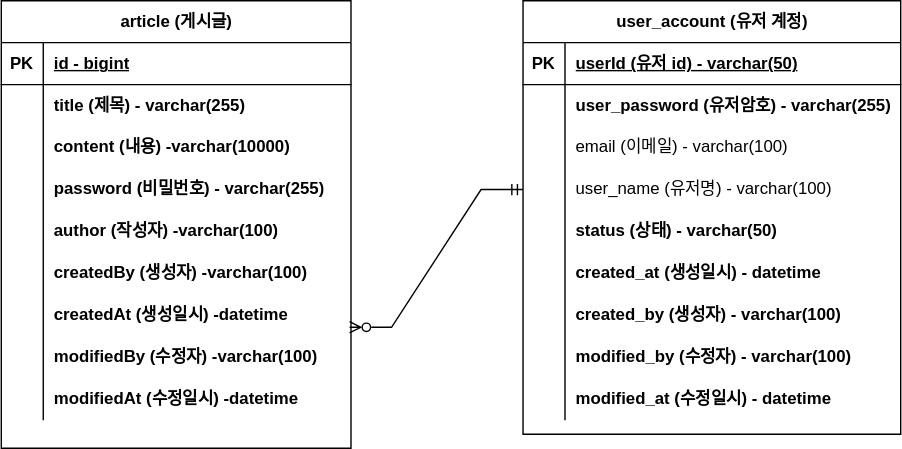
yuni02/sparta09-project-board keeps this draw.io diagram as document/sparta-board-erd.svg. Above is the earlier version. Source tidied: cells renumbered, new cells last; positions are measured from the earlier drawing's top-left corner, leaving out a move shared by most shapes.
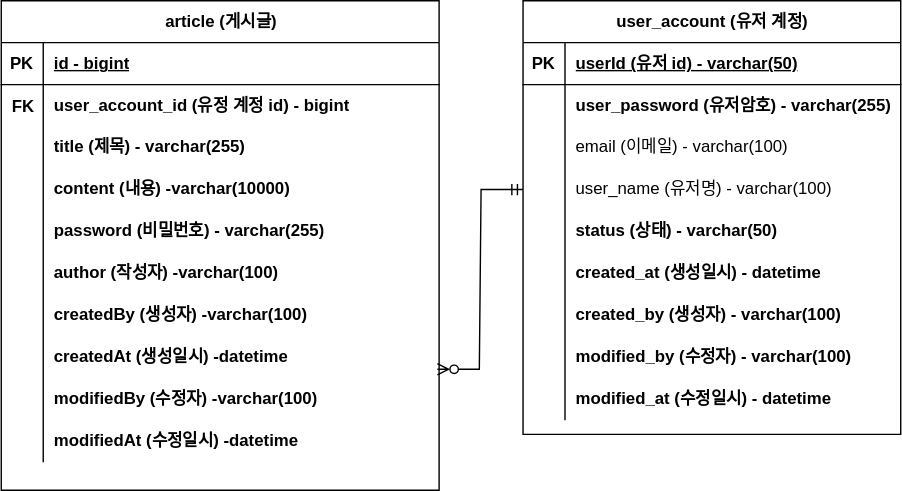
After the commit.

Commit message:
#9 - DB ERD 업데이트 : article 테이블에 user_account_id FK 값으로 추가

Diff of the diagram source:
```diff
@@ -3,88 +3,97 @@
     <mxCell id="0" />
     <mxCell id="1" parent="0" />
     <mxCell id="2" value="article (게시글)" style="shape=table;startSize=30;rowLines=0;fontStyle=1;align=center;html=1;" parent="1" vertex="1">
-      <mxGeometry width="250" height="320" as="geometry" />
+      <mxGeometry width="313" height="350" as="geometry" />
     </mxCell>
     <mxCell id="3" style="shape=tableRow;horizontal=0;startSize=0;swimlaneHead=0;swimlaneBody=0;fillColor=none;top=0;left=0;right=0;bottom=1;" parent="2" vertex="1">
-      <mxGeometry y="30" width="250" height="30" as="geometry" />
+      <mxGeometry y="30" width="313" height="30" as="geometry" />
     </mxCell>
     <mxCell id="4" value="PK" style="shape=partialRectangle;fillColor=none;top=0;left=0;bottom=0;right=0;fontStyle=1;overflow=hidden;whiteSpace=wrap;html=1;" parent="3" vertex="1">
       <mxGeometry width="30" height="30" as="geometry" />
     </mxCell>
     <mxCell id="5" value="id - bigint" style="shape=partialRectangle;fillColor=none;top=0;left=0;bottom=0;right=0;align=left;spacingLeft=6;fontStyle=5;overflow=hidden;whiteSpace=wrap;html=1;" parent="3" vertex="1">
-      <mxGeometry x="30" width="220" height="30" as="geometry" />
+      <mxGeometry x="30" width="283" height="30" as="geometry" />
     </mxCell>
     <mxCell id="6" style="shape=tableRow;horizontal=0;startSize=0;swimlaneHead=0;swimlaneBody=0;fillColor=none;top=0;left=0;right=0;bottom=0;" parent="2" vertex="1">
-      <mxGeometry y="60" width="250" height="30" as="geometry" />
+      <mxGeometry y="60" width="313" height="30" as="geometry" />
     </mxCell>
     <mxCell id="7" style="shape=partialRectangle;fillColor=none;top=0;left=0;bottom=0;right=0;overflow=hidden;whiteSpace=wrap;html=1;" parent="6" vertex="1">
       <mxGeometry width="30" height="30" as="geometry" />
     </mxCell>
-    <mxCell id="8" value="title (제목) - varchar(255)" style="shape=partialRectangle;fillColor=none;top=0;left=0;bottom=0;right=0;align=left;spacingLeft=6;overflow=hidden;whiteSpace=wrap;html=1;fontStyle=1;" parent="6" vertex="1">
-      <mxGeometry x="30" width="220" height="30" as="geometry" />
+    <mxCell id="8" value="user_account_id (유정 계정 id) - bigint" style="shape=partialRectangle;fillColor=none;top=0;left=0;bottom=0;right=0;align=left;spacingLeft=6;overflow=hidden;whiteSpace=wrap;html=1;fontStyle=1;" parent="6" vertex="1">
+      <mxGeometry x="30" width="283" height="30" as="geometry" />
     </mxCell>
+    <mxCell id="59" style="shape=tableRow;horizontal=0;startSize=0;swimlaneHead=0;swimlaneBody=0;fillColor=none;top=0;left=0;right=0;bottom=0;" parent="2" vertex="1">
+      <mxGeometry y="90" width="313" height="30" as="geometry" />
+    </mxCell>
+    <mxCell id="60" style="shape=partialRectangle;fillColor=none;top=0;left=0;bottom=0;right=0;overflow=hidden;whiteSpace=wrap;html=1;" parent="59" vertex="1">
+      <mxGeometry width="30" height="30" as="geometry" />
+    </mxCell>
+    <mxCell id="61" value="title (제목) - varchar(255)" style="shape=partialRectangle;fillColor=none;top=0;left=0;bottom=0;right=0;align=left;spacingLeft=6;overflow=hidden;whiteSpace=wrap;html=1;fontStyle=1;" parent="59" vertex="1">
+      <mxGeometry x="30" width="283" height="30" as="geometry" />
+    </mxCell>
     <mxCell id="9" style="shape=tableRow;horizontal=0;startSize=0;swimlaneHead=0;swimlaneBody=0;fillColor=none;top=0;left=0;right=0;bottom=0;" parent="2" vertex="1">
-      <mxGeometry y="90" width="250" height="30" as="geometry" />
+      <mxGeometry y="120" width="313" height="30" as="geometry" />
     </mxCell>
     <mxCell id="10" style="shape=partialRectangle;fillColor=none;top=0;left=0;bottom=0;right=0;overflow=hidden;whiteSpace=wrap;html=1;" parent="9" vertex="1">
       <mxGeometry width="30" height="30" as="geometry" />
     </mxCell>
     <mxCell id="11" value="&lt;font style=&quot;color: rgb(0, 0, 0);&quot;&gt;content (내용) -varchar(10000)&lt;/font&gt;" style="shape=partialRectangle;fillColor=none;top=0;left=0;bottom=0;right=0;align=left;spacingLeft=6;overflow=hidden;whiteSpace=wrap;html=1;fontStyle=1;" parent="9" vertex="1">
-      <mxGeometry x="30" width="220" height="30" as="geometry" />
+      <mxGeometry x="30" width="283" height="30" as="geometry" />
     </mxCell>
     <mxCell id="12" style="shape=tableRow;horizontal=0;startSize=0;swimlaneHead=0;swimlaneBody=0;fillColor=none;top=0;left=0;right=0;bottom=0;" parent="2" vertex="1">
-      <mxGeometry y="120" width="250" height="30" as="geometry" />
+      <mxGeometry y="150" width="313" height="30" as="geometry" />
     </mxCell>
     <mxCell id="13" style="shape=partialRectangle;fillColor=none;top=0;left=0;bottom=0;right=0;overflow=hidden;whiteSpace=wrap;html=1;" parent="12" vertex="1">
       <mxGeometry width="30" height="30" as="geometry" />
     </mxCell>
     <mxCell id="14" value="&lt;font style=&quot;color: rgb(0, 0, 0);&quot;&gt;password (비밀번호) - varchar&lt;span class=&quot;token&quot;&gt;(&lt;/span&gt;&lt;span class=&quot;token&quot;&gt;255&lt;/span&gt;&lt;span class=&quot;token&quot;&gt;)&lt;/span&gt;&lt;/font&gt;" style="shape=partialRectangle;fillColor=none;top=0;left=0;bottom=0;right=0;align=left;spacingLeft=6;overflow=hidden;whiteSpace=wrap;html=1;fontStyle=1;" parent="12" vertex="1">
-      <mxGeometry x="30" width="220" height="30" as="geometry" />
+      <mxGeometry x="30" width="283" height="30" as="geometry" />
     </mxCell>
     <mxCell id="15" style="shape=tableRow;horizontal=0;startSize=0;swimlaneHead=0;swimlaneBody=0;fillColor=none;top=0;left=0;right=0;bottom=0;" parent="2" vertex="1">
-      <mxGeometry y="150" width="250" height="30" as="geometry" />
+      <mxGeometry y="180" width="313" height="30" as="geometry" />
     </mxCell>
     <mxCell id="16" style="shape=partialRectangle;fillColor=none;top=0;left=0;bottom=0;right=0;overflow=hidden;whiteSpace=wrap;html=1;" parent="15" vertex="1">
       <mxGeometry width="30" height="30" as="geometry" />
     </mxCell>
     <mxCell id="17" value="author (작성자) -varchar(100)" style="shape=partialRectangle;fillColor=none;top=0;left=0;bottom=0;right=0;align=left;spacingLeft=6;overflow=hidden;whiteSpace=wrap;html=1;fontStyle=1;" parent="15" vertex="1">
-      <mxGeometry x="30" width="220" height="30" as="geometry" />
+      <mxGeometry x="30" width="283" height="30" as="geometry" />
     </mxCell>
     <mxCell id="18" style="shape=tableRow;horizontal=0;startSize=0;swimlaneHead=0;swimlaneBody=0;fillColor=none;top=0;left=0;right=0;bottom=0;" parent="2" vertex="1">
-      <mxGeometry y="180" width="250" height="30" as="geometry" />
+      <mxGeometry y="210" width="313" height="30" as="geometry" />
     </mxCell>
     <mxCell id="19" style="shape=partialRectangle;fillColor=none;top=0;left=0;bottom=0;right=0;overflow=hidden;whiteSpace=wrap;html=1;" parent="18" vertex="1">
       <mxGeometry width="30" height="30" as="geometry" />
     </mxCell>
     <mxCell id="20" value="createdBy (생성자) -varchar(100)" style="shape=partialRectangle;fillColor=none;top=0;left=0;bottom=0;right=0;align=left;spacingLeft=6;overflow=hidden;whiteSpace=wrap;html=1;fontStyle=1;" parent="18" vertex="1">
-      <mxGeometry x="30" width="220" height="30" as="geometry" />
+      <mxGeometry x="30" width="283" height="30" as="geometry" />
     </mxCell>
     <mxCell id="21" style="shape=tableRow;horizontal=0;startSize=0;swimlaneHead=0;swimlaneBody=0;fillColor=none;points=[[0,0.5],[1,0.5]];portConstraint=eastwest;top=0;left=0;right=0;bottom=0;" parent="2" vertex="1">
-      <mxGeometry y="210" width="250" height="30" as="geometry" />
+      <mxGeometry y="240" width="313" height="30" as="geometry" />
     </mxCell>
     <mxCell id="22" style="shape=partialRectangle;fillColor=none;top=0;left=0;bottom=0;right=0;overflow=hidden;whiteSpace=wrap;html=1;" parent="21" vertex="1">
       <mxGeometry width="30" height="30" as="geometry" />
     </mxCell>
     <mxCell id="23" value="createdAt (생성일시) -datetime" style="shape=partialRectangle;fillColor=none;top=0;left=0;bottom=0;right=0;align=left;spacingLeft=6;overflow=hidden;whiteSpace=wrap;html=1;fontStyle=1;" parent="21" vertex="1">
-      <mxGeometry x="30" width="220" height="30" as="geometry" />
+      <mxGeometry x="30" width="283" height="30" as="geometry" />
     </mxCell>
     <mxCell id="24" style="shape=tableRow;horizontal=0;startSize=0;swimlaneHead=0;swimlaneBody=0;fillColor=none;top=0;left=0;right=0;bottom=0;" parent="2" vertex="1">
-      <mxGeometry y="240" width="250" height="30" as="geometry" />
+      <mxGeometry y="270" width="313" height="30" as="geometry" />
     </mxCell>
     <mxCell id="25" style="shape=partialRectangle;fillColor=none;top=0;left=0;bottom=0;right=0;overflow=hidden;whiteSpace=wrap;html=1;" parent="24" vertex="1">
       <mxGeometry width="30" height="30" as="geometry" />
     </mxCell>
     <mxCell id="26" value="modifiedBy (수정자) -varchar(100)" style="shape=partialRectangle;fillColor=none;top=0;left=0;bottom=0;right=0;align=left;spacingLeft=6;overflow=hidden;whiteSpace=wrap;html=1;fontStyle=1;" parent="24" vertex="1">
-      <mxGeometry x="30" width="220" height="30" as="geometry" />
+      <mxGeometry x="30" width="283" height="30" as="geometry" />
     </mxCell>
     <mxCell id="27" style="shape=tableRow;horizontal=0;startSize=0;swimlaneHead=0;swimlaneBody=0;fillColor=none;top=0;left=0;right=0;bottom=0;" parent="2" vertex="1">
-      <mxGeometry y="270" width="250" height="30" as="geometry" />
+      <mxGeometry y="300" width="313" height="30" as="geometry" />
     </mxCell>
     <mxCell id="28" style="shape=partialRectangle;fillColor=none;top=0;left=0;bottom=0;right=0;overflow=hidden;whiteSpace=wrap;html=1;" parent="27" vertex="1">
       <mxGeometry width="30" height="30" as="geometry" />
     </mxCell>
     <mxCell id="29" value="modifiedAt (수정일시) -datetime" style="shape=partialRectangle;fillColor=none;top=0;left=0;bottom=0;right=0;align=left;spacingLeft=6;overflow=hidden;whiteSpace=wrap;html=1;fontStyle=1;" parent="27" vertex="1">
-      <mxGeometry x="30" width="220" height="30" as="geometry" />
+      <mxGeometry x="30" width="283" height="30" as="geometry" />
     </mxCell>
     <mxCell id="30" value="user_account (유저 계정)" style="shape=table;startSize=30;rowLines=0;fontStyle=1;align=center;html=1;" parent="1" vertex="1">
       <mxGeometry x="373" width="270" height="310" as="geometry" />
@@ -173,5 +182,8 @@
     <mxCell id="58" style="edgeStyle=entityRelationEdgeStyle;fontSize=12;html=1;endArrow=ERmandOne;startArrow=ERzeroToMany;rounded=0;startFill=0;endFill=0;exitX=0.996;exitY=0.783;exitDx=0;exitDy=0;exitPerimeter=0;" parent="1" edge="1" source="21" target="40">
       <mxGeometry relative="1" as="geometry" />
     </mxCell>
+    <mxCell id="62" value="FK" style="shape=partialRectangle;fillColor=none;top=0;left=0;bottom=0;right=0;fontStyle=1;overflow=hidden;whiteSpace=wrap;html=1;" parent="1" vertex="1">
+      <mxGeometry x="1" y="61" width="30" height="30" as="geometry" />
+    </mxCell>
   </root>
 </mxGraphModel>
```
